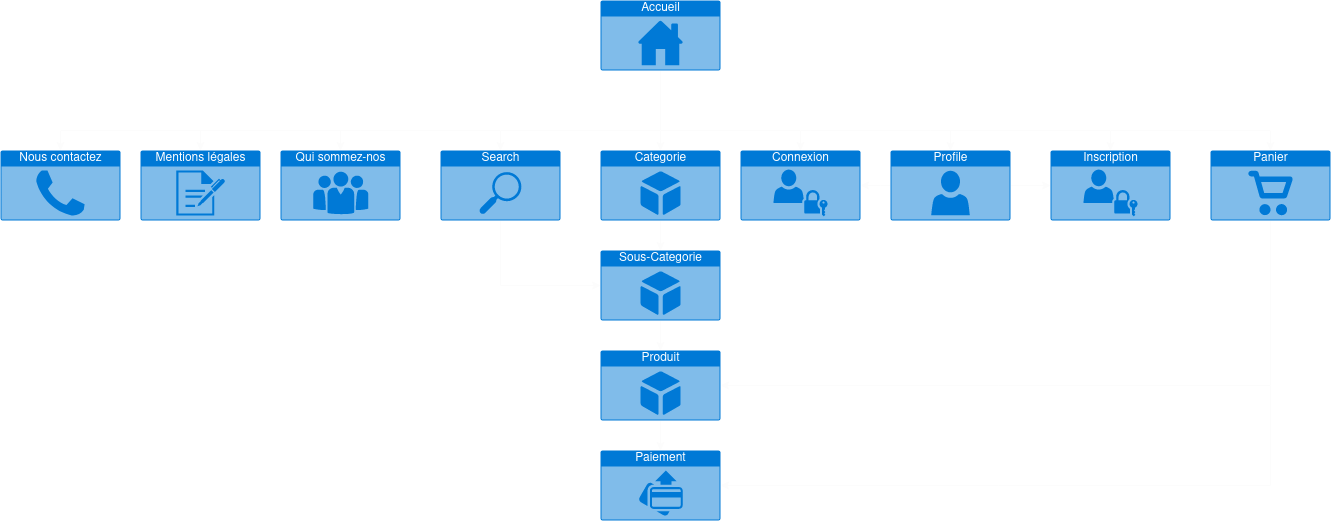
Mochafe/Projet-Fil-Rouge-Commun keeps this draw.io diagram as Maquettes/Green_Village_arborescence.drawio.png. Above is the earlier version. Source tidied: cells renumbered, new cells last; positions are measured from the earlier drawing's top-left corner, leaving out a move shared by most shapes.
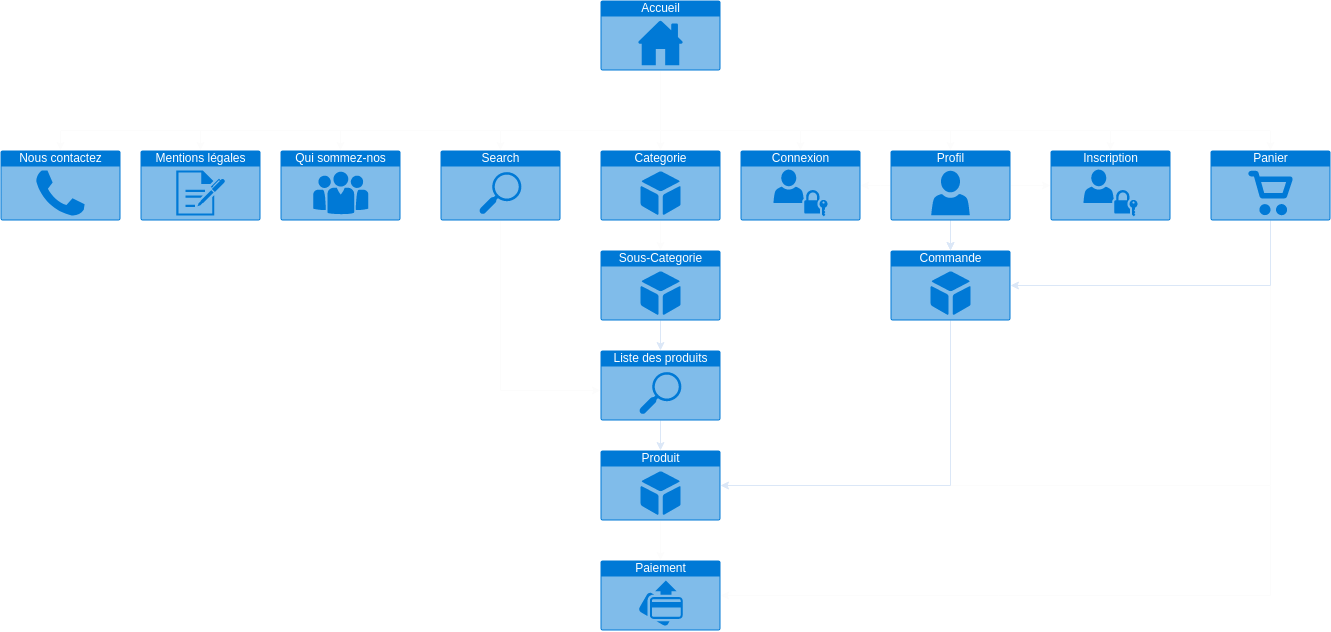
Later version of the same file.

Change to the diagram source:
```diff
@@ -14,39 +14,52 @@
     <mxCell id="5" style="edgeStyle=orthogonalEdgeStyle;rounded=0;jettySize=auto;html=1;strokeColor=#FCFCFC;" parent="1" edge="1" source="6" target="12">
       <mxGeometry relative="1" as="geometry" />
     </mxCell>
+    <mxCell id="32" style="edgeStyle=none;html=1;entryX=0.5;entryY=0;entryDx=0;entryDy=0;entryPerimeter=0;strokeColor=#DBE7F7;" parent="1" edge="1" source="6" target="39">
+      <mxGeometry relative="1" as="geometry" />
+    </mxCell>
+    <mxCell id="33" style="edgeStyle=orthogonalEdgeStyle;rounded=0;html=1;strokeColor=#DBE7F7;" parent="1" edge="1" source="6" target="39">
+      <mxGeometry relative="1" as="geometry" />
+    </mxCell>
-    <mxCell id="6" value="Profile" style="html=1;strokeColor=none;fillColor=#0079D6;labelPosition=center;verticalLabelPosition=middle;verticalAlign=top;align=center;fontSize=12;outlineConnect=0;spacingTop=-6;fontColor=#FFFFFF;sketch=0;shape=mxgraph.sitemap.profile;" parent="1" vertex="1">
+    <mxCell id="6" value="Profil" style="html=1;strokeColor=none;fillColor=#0079D6;labelPosition=center;verticalLabelPosition=middle;verticalAlign=top;align=center;fontSize=12;outlineConnect=0;spacingTop=-6;fontColor=#FFFFFF;sketch=0;shape=mxgraph.sitemap.profile;" parent="1" vertex="1">
       <mxGeometry x="890" y="150" width="120" height="70" as="geometry" />
     </mxCell>
     <mxCell id="7" style="edgeStyle=orthogonalEdgeStyle;rounded=0;jettySize=auto;html=1;entryX=0.5;entryY=0;entryDx=0;entryDy=0;entryPerimeter=0;strokeColor=#FCFCFC;" parent="1" edge="1" source="8" target="16">
       <mxGeometry relative="1" as="geometry" />
     </mxCell>
     <mxCell id="8" value="Produit" style="html=1;strokeColor=none;fillColor=#0079D6;labelPosition=center;verticalLabelPosition=middle;verticalAlign=top;align=center;fontSize=12;outlineConnect=0;spacingTop=-6;fontColor=#FFFFFF;sketch=0;shape=mxgraph.sitemap.products;" parent="1" vertex="1">
-      <mxGeometry x="600" y="350" width="120" height="70" as="geometry" />
+      <mxGeometry x="600" y="450" width="120" height="70" as="geometry" />
     </mxCell>
-    <mxCell id="9" style="edgeStyle=orthogonalEdgeStyle;rounded=0;jettySize=auto;html=1;entryX=1;entryY=0.5;entryDx=0;entryDy=0;entryPerimeter=0;strokeColor=#FCFCFC;" parent="1" edge="1" source="11" target="16">
+    <mxCell id="9" style="edgeStyle=orthogonalEdgeStyle;rounded=0;jettySize=auto;html=1;strokeColor=#FCFCFC;entryX=1;entryY=0.5;entryDx=0;entryDy=0;entryPerimeter=0;" parent="1" edge="1" source="11" target="16">
       <mxGeometry relative="1" as="geometry">
         <Array as="points">
-          <mxPoint x="1270" y="485" />
+          <mxPoint x="1270" y="595" />
         </Array>
       </mxGeometry>
     </mxCell>
     <mxCell id="10" style="edgeStyle=orthogonalEdgeStyle;rounded=0;jettySize=auto;html=1;entryX=1;entryY=0.5;entryDx=0;entryDy=0;entryPerimeter=0;strokeColor=#FCFCFC;" parent="1" edge="1" source="11" target="8">
       <mxGeometry relative="1" as="geometry">
         <Array as="points">
-          <mxPoint x="1270" y="385" />
+          <mxPoint x="1270" y="485" />
         </Array>
       </mxGeometry>
     </mxCell>
+    <mxCell id="34" style="edgeStyle=orthogonalEdgeStyle;html=1;entryX=1;entryY=0.5;entryDx=0;entryDy=0;entryPerimeter=0;strokeColor=#DBE7F7;rounded=0;" parent="1" edge="1" source="11" target="39">
+      <mxGeometry relative="1" as="geometry">
+        <Array as="points">
+          <mxPoint x="1270" y="285" />
+        </Array>
+      </mxGeometry>
+    </mxCell>
     <mxCell id="11" value="Panier" style="html=1;strokeColor=none;fillColor=#0079D6;labelPosition=center;verticalLabelPosition=middle;verticalAlign=top;align=center;fontSize=12;outlineConnect=0;spacingTop=-6;fontColor=#FFFFFF;sketch=0;shape=mxgraph.sitemap.shopping;" parent="1" vertex="1">
       <mxGeometry x="1210" y="150" width="120" height="70" as="geometry" />
     </mxCell>
     <mxCell id="12" value="Connexion" style="html=1;strokeColor=none;fillColor=#0079D6;labelPosition=center;verticalLabelPosition=middle;verticalAlign=top;align=center;fontSize=12;outlineConnect=0;spacingTop=-6;fontColor=#FFFFFF;sketch=0;shape=mxgraph.sitemap.login;" parent="1" vertex="1">
       <mxGeometry x="740" y="150" width="120" height="70" as="geometry" />
     </mxCell>
-    <mxCell id="13" style="edgeStyle=orthogonalEdgeStyle;rounded=0;jettySize=auto;html=1;entryX=0;entryY=0.5;entryDx=0;entryDy=0;entryPerimeter=0;strokeColor=#FCFCFC;" parent="1" edge="1" source="14" target="26">
+    <mxCell id="13" style="edgeStyle=orthogonalEdgeStyle;rounded=0;jettySize=auto;html=1;strokeColor=#FCFCFC;" parent="1" edge="1" source="14" target="37">
       <mxGeometry relative="1" as="geometry">
         <Array as="points">
-          <mxPoint x="500" y="285" />
+          <mxPoint x="500" y="390" />
         </Array>
       </mxGeometry>
     </mxCell>
@@ -57,7 +70,7 @@
       <mxGeometry y="150" width="120" height="70" as="geometry" />
     </mxCell>
     <mxCell id="16" value="Paiement" style="html=1;strokeColor=none;fillColor=#0079D6;labelPosition=center;verticalLabelPosition=middle;verticalAlign=top;align=center;fontSize=12;outlineConnect=0;spacingTop=-6;fontColor=#FFFFFF;sketch=0;shape=mxgraph.sitemap.payment;" parent="1" vertex="1">
-      <mxGeometry x="600" y="450" width="120" height="70" as="geometry" />
+      <mxGeometry x="600" y="560" width="120" height="70" as="geometry" />
     </mxCell>
     <mxCell id="17" value="Qui sommez-nos" style="html=1;strokeColor=none;fillColor=#0079D6;labelPosition=center;verticalLabelPosition=middle;verticalAlign=top;align=center;fontSize=12;spacingTop=-6;fontColor=#FFFFFF;sketch=0;shape=mxgraph.sitemap.about_us;" parent="1" vertex="1">
       <mxGeometry x="280" y="150" width="120" height="70" as="geometry" />
@@ -104,9 +117,9 @@
         </Array>
       </mxGeometry>
     </mxCell>
-    <mxCell id="25" style="edgeStyle=orthogonalEdgeStyle;rounded=0;jettySize=auto;html=1;entryX=0.5;entryY=0;entryDx=0;entryDy=0;entryPerimeter=0;strokeColor=#FCFCFC;" parent="1" edge="1" source="26" target="8">
-      <mxGeometry relative="1" as="geometry" />
-    </mxCell>
+    <mxCell id="35" style="edgeStyle=none;html=1;fillColor=#f9f7ed;strokeColor=#DBE7F7;" parent="1" edge="1" source="26" target="37">
+      <mxGeometry relative="1" as="geometry" />
+    </mxCell>
     <mxCell id="26" value="Sous-Categorie" style="html=1;strokeColor=none;fillColor=#0079D6;labelPosition=center;verticalLabelPosition=middle;verticalAlign=top;align=center;fontSize=12;outlineConnect=0;spacingTop=-6;fontColor=#FFFFFF;sketch=0;shape=mxgraph.sitemap.products;" parent="1" vertex="1">
       <mxGeometry x="600" y="250" width="120" height="70" as="geometry" />
     </mxCell>
@@ -148,5 +161,21 @@
         </Array>
       </mxGeometry>
     </mxCell>
+    <mxCell id="36" style="edgeStyle=none;html=1;fillColor=#f9f7ed;strokeColor=#DBE7F7;" parent="1" edge="1" source="37" target="8">
+      <mxGeometry relative="1" as="geometry" />
+    </mxCell>
+    <mxCell id="37" value="Liste des produits" style="html=1;strokeColor=none;fillColor=#0079D6;labelPosition=center;verticalLabelPosition=middle;verticalAlign=top;align=center;fontSize=12;outlineConnect=0;spacingTop=-6;fontColor=#FFFFFF;sketch=0;shape=mxgraph.sitemap.search;" parent="1" vertex="1">
+      <mxGeometry x="600" y="350" width="120" height="70" as="geometry" />
+    </mxCell>
+    <mxCell id="38" style="edgeStyle=orthogonalEdgeStyle;rounded=0;html=1;entryX=1;entryY=0.5;entryDx=0;entryDy=0;entryPerimeter=0;strokeColor=#DBE7F7;" parent="1" edge="1" source="39" target="8">
+      <mxGeometry relative="1" as="geometry">
+        <Array as="points">
+          <mxPoint x="950" y="485" />
+        </Array>
+      </mxGeometry>
+    </mxCell>
+    <mxCell id="39" value="Commande" style="html=1;strokeColor=none;fillColor=#0079D6;labelPosition=center;verticalLabelPosition=middle;verticalAlign=top;align=center;fontSize=12;outlineConnect=0;spacingTop=-6;fontColor=#FFFFFF;sketch=0;shape=mxgraph.sitemap.products;" parent="1" vertex="1">
+      <mxGeometry x="890" y="250" width="120" height="70" as="geometry" />
+    </mxCell>
   </root>
 </mxGraphModel>
```
